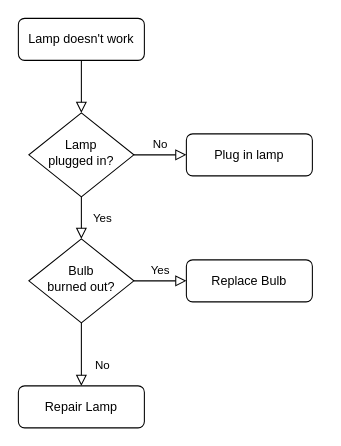
Above: 未命名绘图.drawio in keli-61/draw.io (draw.io), before the change. Source tidied: cells renumbered, new cells numbered last; positions are measured from the earlier drawing's top-left corner, leaving out a move shared by most shapes. Both pictures are drawn from the tidied source at 105%, with x=0, y=0 at pixel (18, 18).
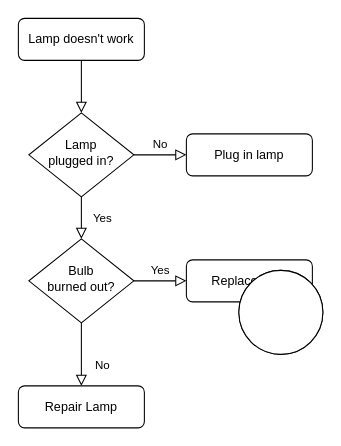
The same page after the edit.

Change to the diagram source:
```diff
@@
 <mxGraphModel>
   <root>
     <mxCell id="0" />
     <mxCell id="1" parent="0" />
     <mxCell id="2" style="rounded=0;html=1;jettySize=auto;fontSize=11;endArrow=block;endFill=0;endSize=8;strokeWidth=1;shadow=0;labelBackgroundColor=none;edgeStyle=orthogonalEdgeStyle;" parent="1" edge="1" source="3" target="6">
       <mxGeometry relative="1" as="geometry" />
     </mxCell>
     <mxCell id="3" value="Lamp doesn't work" style="rounded=1;whiteSpace=wrap;html=1;fontSize=12;glass=0;strokeWidth=1;shadow=0;" parent="1" vertex="1">
       <mxGeometry width="120" height="40" as="geometry" />
     </mxCell>
     <mxCell id="4" value="Yes" style="rounded=0;html=1;jettySize=auto;fontSize=11;endArrow=block;endFill=0;endSize=8;strokeWidth=1;shadow=0;labelBackgroundColor=none;edgeStyle=orthogonalEdgeStyle;" parent="1" edge="1" source="6" target="10">
       <mxGeometry y="20" relative="1" as="geometry" />
     </mxCell>
     <mxCell id="5" value="No" style="edgeStyle=orthogonalEdgeStyle;rounded=0;html=1;jettySize=auto;fontSize=11;endArrow=block;endFill=0;endSize=8;strokeWidth=1;shadow=0;labelBackgroundColor=none;" parent="1" edge="1" source="6" target="7">
       <mxGeometry y="10" relative="1" as="geometry" />
     </mxCell>
     <mxCell id="6" value="Lamp&lt;br&gt;plugged in?" style="rhombus;whiteSpace=wrap;html=1;shadow=0;fontFamily=Helvetica;fontSize=12;align=center;strokeWidth=1;spacing=6;spacingTop=-4;" parent="1" vertex="1">
       <mxGeometry x="10" y="90" width="100" height="80" as="geometry" />
     </mxCell>
     <mxCell id="7" value="Plug in lamp" style="rounded=1;whiteSpace=wrap;html=1;fontSize=12;glass=0;strokeWidth=1;shadow=0;" parent="1" vertex="1">
       <mxGeometry x="160" y="110" width="120" height="40" as="geometry" />
     </mxCell>
     <mxCell id="8" value="No" style="rounded=0;html=1;jettySize=auto;fontSize=11;endArrow=block;endFill=0;endSize=8;strokeWidth=1;shadow=0;labelBackgroundColor=none;edgeStyle=orthogonalEdgeStyle;" parent="1" edge="1" source="10" target="11">
       <mxGeometry x="0.33" y="20" relative="1" as="geometry" />
     </mxCell>
     <mxCell id="9" value="Yes" style="edgeStyle=orthogonalEdgeStyle;rounded=0;html=1;jettySize=auto;fontSize=11;endArrow=block;endFill=0;endSize=8;strokeWidth=1;shadow=0;labelBackgroundColor=none;" parent="1" edge="1" source="10" target="12">
       <mxGeometry y="10" relative="1" as="geometry" />
     </mxCell>
     <mxCell id="10" value="Bulb&lt;br&gt;burned out?" style="rhombus;whiteSpace=wrap;html=1;shadow=0;fontFamily=Helvetica;fontSize=12;align=center;strokeWidth=1;spacing=6;spacingTop=-4;" parent="1" vertex="1">
       <mxGeometry x="10" y="210" width="100" height="80" as="geometry" />
     </mxCell>
     <mxCell id="11" value="Repair Lamp" style="rounded=1;whiteSpace=wrap;html=1;fontSize=12;glass=0;strokeWidth=1;shadow=0;" parent="1" vertex="1">
       <mxGeometry y="350" width="120" height="40" as="geometry" />
     </mxCell>
     <mxCell id="12" value="Replace Bulb" style="rounded=1;whiteSpace=wrap;html=1;fontSize=12;glass=0;strokeWidth=1;shadow=0;" parent="1" vertex="1">
       <mxGeometry x="160" y="230" width="120" height="40" as="geometry" />
     </mxCell>
+    <mxCell id="13" style="ellipse;whiteSpace=wrap;html=1;" parent="1" vertex="1">
+      <mxGeometry x="210" y="240" width="80" height="80" as="geometry" />
+    </mxCell>
+    <mxCell id="14" style="ellipse;whiteSpace=wrap;html=1;" parent="1" vertex="1">
+      <mxGeometry x="210" y="240" width="80" height="80" as="geometry" />
+    </mxCell>
   </root>
 </mxGraphModel>
```
